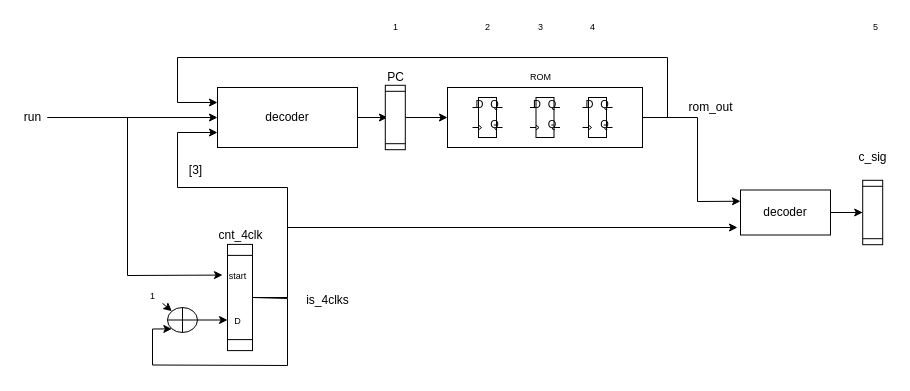
Before: page "Sequencer" (6 of 7) of src/fig.dio in ankoman/HTBPA, a draw.io diagram. Source tidied: cells renumbered, new cells numbered last; positions are measured from the earlier drawing's top-left corner, leaving out a move shared by most shapes. Both pictures are drawn from the tidied source at 100%, with x=0, y=0 at pixel (17, 17).
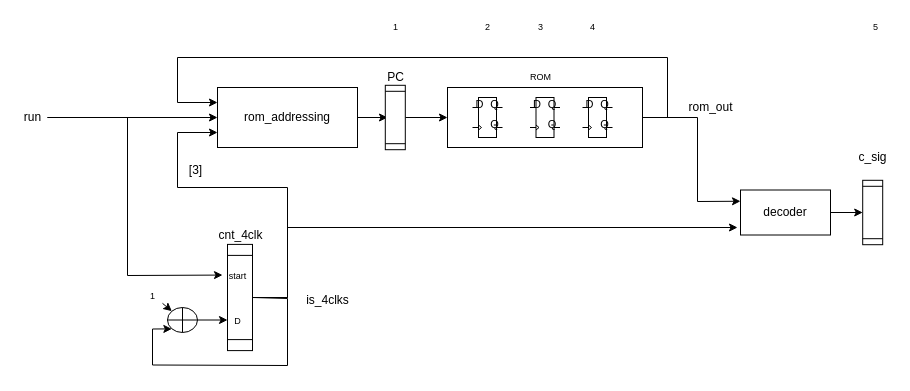
The same page after the edit.

What changed in the source:
```diff
@@
-    <mxCell id="36" value="decoder" style="whiteSpace=wrap;html=1;fontSize=12;" parent="1" vertex="1">
+    <mxCell id="36" value="rom_addressing" style="whiteSpace=wrap;html=1;fontSize=12;" parent="1" vertex="1">
       <mxGeometry x="200" y="70" width="140" height="60" as="geometry" />
     </mxCell>
```
